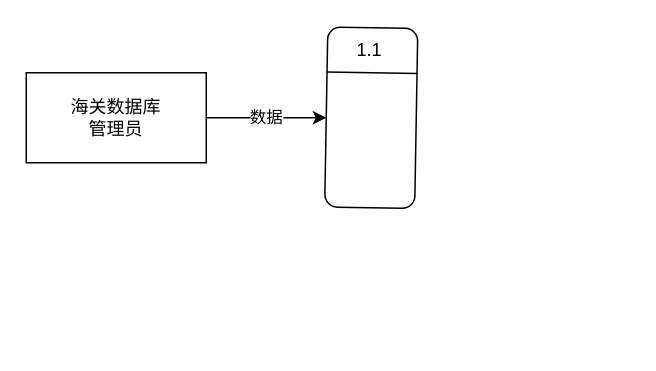
Above: 海关项目图表.drawio in zjtone/RL-Note (draw.io), before the change. Source tidied: cells renumbered, new cells numbered last; positions are measured from the earlier drawing's top-left corner, leaving out a move shared by most shapes. Both pictures are drawn from the tidied source at 150%, with x=0, y=0 at pixel (26, 27).
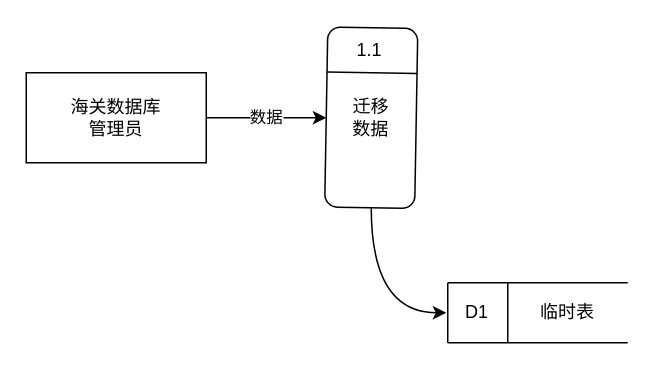
The same page after the edit.

Commit message (it also covers changes not shown here):
更新海关项目图表.drawio

The edit, as a diff of the source:
```diff
@@
+    <mxCell id="7" style="edgeStyle=orthogonalEdgeStyle;rounded=0;jettySize=auto;html=1;curved=1;" parent="1" edge="1" source="4">
+      <mxGeometry relative="1" as="geometry">
+        <mxPoint x="280" y="190" as="targetPoint" />
+        <Array as="points">
+          <mxPoint x="230" y="190" />
+        </Array>
+      </mxGeometry>
+    </mxCell>
-    <mxCell id="4" style="rounded=1;whiteSpace=wrap;html=1;rotation=1;arcSize=14;" parent="1" vertex="1">
+    <mxCell id="4" value="迁移&lt;br&gt;数据" style="rounded=1;whiteSpace=wrap;html=1;rotation=1;arcSize=14;" parent="1" vertex="1">
       <mxGeometry x="200" width="60" height="120" as="geometry" />
     </mxCell>
@@
+    <mxCell id="8" style="group;" parent="1" vertex="1">
+      <mxGeometry x="281" y="170" width="120" height="40" as="geometry" />
+    </mxCell>
+    <mxCell id="9" style="endArrow=none;html=1;" parent="8" edge="1">
+      <mxGeometry relative="1" as="geometry">
+        <mxPoint as="sourcePoint" />
+        <mxPoint x="120" as="targetPoint" />
+      </mxGeometry>
+    </mxCell>
+    <mxCell id="10" style="endArrow=none;html=1;" parent="8" edge="1">
+      <mxGeometry relative="1" as="geometry">
+        <mxPoint y="40" as="sourcePoint" />
+        <mxPoint x="120" y="40" as="targetPoint" />
+      </mxGeometry>
+    </mxCell>
+    <mxCell id="11" style="endArrow=none;html=1;" parent="8" edge="1">
+      <mxGeometry relative="1" as="geometry">
+        <mxPoint y="40" as="sourcePoint" />
+        <mxPoint as="targetPoint" />
+      </mxGeometry>
+    </mxCell>
+    <mxCell id="12" style="endArrow=none;html=1;" parent="8" edge="1">
+      <mxGeometry relative="1" as="geometry">
+        <mxPoint x="40" y="40" as="sourcePoint" />
+        <mxPoint x="40" as="targetPoint" />
+      </mxGeometry>
+    </mxCell>
+    <mxCell id="13" value="临时表" style="text;html=1;align=left;verticalAlign=top;spacingTop=-4;" parent="8" vertex="1">
+      <mxGeometry x="60" y="10" width="50" height="20" as="geometry" />
+    </mxCell>
+    <mxCell id="14" value="D1" style="text;html=1;align=left;verticalAlign=top;spacingTop=-4;" parent="8" vertex="1">
+      <mxGeometry x="10" y="10" width="30" height="20" as="geometry" />
+    </mxCell>
```
